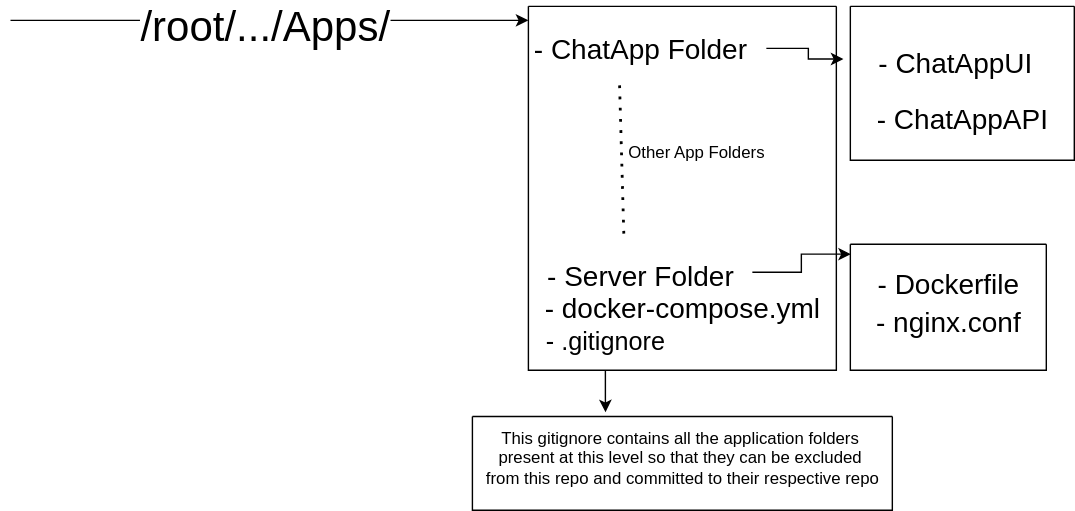
This is DockerContainerAppsWithNginxServerOnUbuntuOSArchitecture.drawio.svg from rasurathore13/NginxServer, a draw.io export, as it was before one commit. Source tidied: cells renumbered, new cells last; positions are measured from the earlier drawing's top-left corner, leaving out a move shared by most shapes.
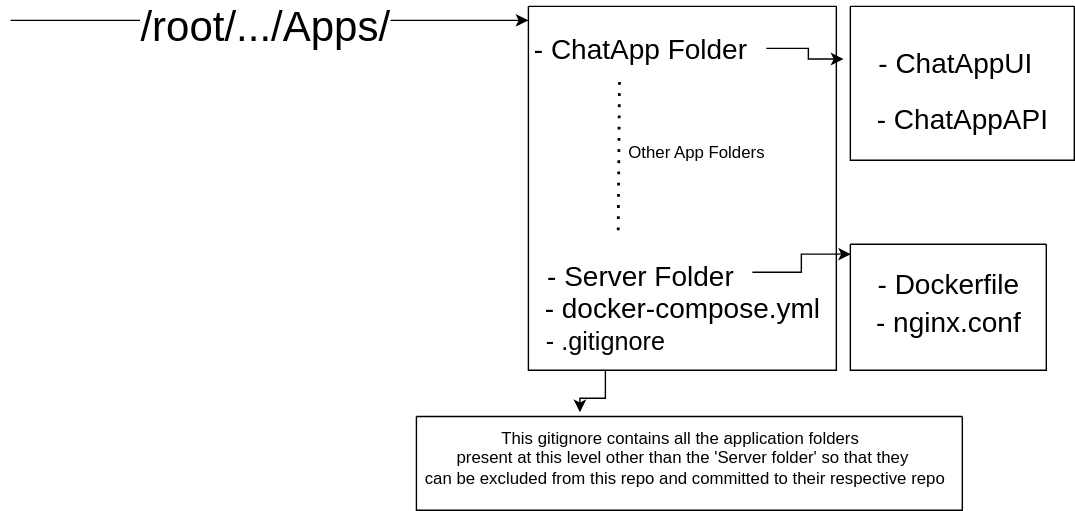
The same diagram one commit later.

Diff of the diagram source:
```diff
@@ -29,7 +29,7 @@
     <mxCell id="9" value="-&amp;nbsp;&lt;span style=&quot;background-color: initial;&quot;&gt;.gitignore&lt;/span&gt;" style="text;html=1;align=center;verticalAlign=middle;points=[];strokeColor=none;fillColor=none;fontSize=18;" parent="5" vertex="1">
       <mxGeometry y="220" width="110" height="40" as="geometry" />
     </mxCell>
-    <mxCell id="10" style="endArrow=none;dashed=1;html=1;dashPattern=1 3;strokeWidth=2;rounded=0;entryX=0.417;entryY=1.09;entryDx=0;entryDy=0;entryPerimeter=0;exitX=0.426;exitY=-0.19;exitDx=0;exitDy=0;exitPerimeter=0;" parent="5" edge="1" source="7" target="6">
+    <mxCell id="10" style="endArrow=none;dashed=1;html=1;dashPattern=1 3;strokeWidth=2;rounded=0;entryX=0.417;entryY=1.09;entryDx=0;entryDy=0;entryPerimeter=0;exitX=0.401;exitY=-0.25;exitDx=0;exitDy=0;exitPerimeter=0;" parent="5" edge="1" source="7" target="6">
       <mxGeometry relative="1" as="geometry" />
     </mxCell>
     <mxCell id="11" value="Other App Folders" style="text;html=1;align=center;verticalAlign=middle;strokeColor=none;fillColor=none;" parent="5" vertex="1">
@@ -59,14 +59,14 @@
     <mxCell id="19" style="edgeStyle=orthogonalEdgeStyle;rounded=0;jettySize=auto;html=1;entryX=-0.031;entryY=0.342;entryDx=0;entryDy=0;entryPerimeter=0;" parent="1" edge="1" source="6" target="14">
       <mxGeometry relative="1" as="geometry" />
     </mxCell>
-    <mxCell id="20" value="This gitignore contains all the application folders&amp;nbsp;&lt;div&gt;present at this level so that they can be&amp;nbsp;&lt;span style=&quot;background-color: initial;&quot;&gt;excluded&amp;nbsp;&lt;/span&gt;&lt;/div&gt;&lt;div&gt;&lt;span style=&quot;background-color: initial;&quot;&gt;from&amp;nbsp;&lt;/span&gt;&lt;span style=&quot;background-color: initial;&quot;&gt;this repo&amp;nbsp;&lt;/span&gt;&lt;span style=&quot;background-color: initial;&quot;&gt;and committed to their respective repo&lt;/span&gt;&lt;/div&gt;" style="text;html=1;align=center;verticalAlign=middle;points=[];strokeColor=none;fillColor=none;" parent="1" vertex="1">
-      <mxGeometry x="330" y="293" width="300" height="60" as="geometry" />
+    <mxCell id="20" value="This gitignore contains all the application folders&amp;nbsp;&lt;div&gt;present at this level other than the 'Server folder' so that they&lt;/div&gt;&lt;div&gt;&amp;nbsp;can be&amp;nbsp;&lt;span style=&quot;background-color: initial;&quot;&gt;excluded&amp;nbsp;&lt;/span&gt;&lt;span style=&quot;background-color: initial;&quot;&gt;from&amp;nbsp;&lt;/span&gt;&lt;span style=&quot;background-color: initial;&quot;&gt;this repo&amp;nbsp;&lt;/span&gt;&lt;span style=&quot;background-color: initial;&quot;&gt;and committed to their respective repo&lt;/span&gt;&lt;/div&gt;" style="text;html=1;align=center;verticalAlign=middle;points=[];strokeColor=none;fillColor=none;" parent="1" vertex="1">
+      <mxGeometry x="280" y="293" width="400" height="60" as="geometry" />
     </mxCell>
     <mxCell id="21" style="edgeStyle=orthogonalEdgeStyle;rounded=0;jettySize=auto;html=1;entryX=0.317;entryY=-0.05;entryDx=0;entryDy=0;entryPerimeter=0;" parent="1" edge="1" source="9" target="20">
       <mxGeometry relative="1" as="geometry" />
     </mxCell>
     <mxCell id="22" style="swimlane;startSize=0;" parent="1" vertex="1">
-      <mxGeometry x="330" y="293" width="300" height="67" as="geometry" />
+      <mxGeometry x="290" y="293" width="390" height="67" as="geometry" />
     </mxCell>
   </root>
 </mxGraphModel>
```
